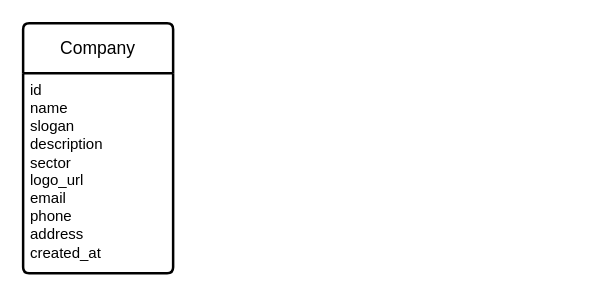
Above: docs/database/conception/mld/mld.drawio in Ghislain-KIMA/site-web-beobenere (draw.io), before the change. Source tidied: cells renumbered, new cells numbered last; positions are measured from the earlier drawing's top-left corner, leaving out a move shared by most shapes. Both pictures are drawn from the tidied source at 125%, with x=0, y=0 at pixel (22, 22).
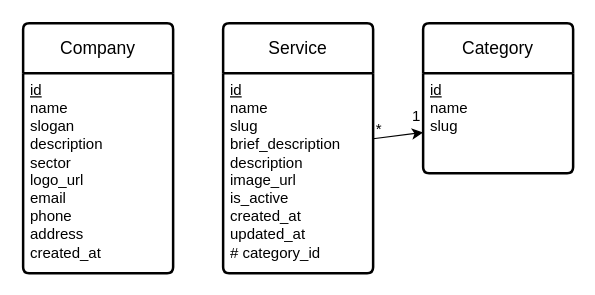
Above is the later version.

The edit, as a diff of the source:
```diff
@@
 <mxGraphModel>
   <root>
     <mxCell id="0" />
     <mxCell id="1" parent="0" />
     <mxCell id="2" value="Company" style="swimlane;horizontal=1;startSize=40;rounded=1;fontSize=14;fontStyle=0;strokeWidth=2;shadow=0;dashed=0;align=center;arcSize=4;whiteSpace=wrap;html=1;swimlaneFillColor=default;" parent="1" vertex="1">
       <mxGeometry width="120" height="200" as="geometry" />
     </mxCell>
-    <mxCell id="3" value="&lt;div&gt;id&lt;/div&gt;name&lt;div&gt;slogan&lt;/div&gt;&lt;div&gt;description&lt;/div&gt;&lt;div&gt;sector&lt;/div&gt;&lt;div&gt;logo_url&lt;/div&gt;&lt;div&gt;email&lt;/div&gt;&lt;div&gt;phone&lt;/div&gt;&lt;div&gt;address&lt;/div&gt;&lt;div&gt;created_at&lt;/div&gt;" style="align=left;strokeColor=none;fillColor=none;spacingLeft=4;spacingRight=4;fontSize=12;verticalAlign=top;html=1;whiteSpace=wrap;swimlaneFillColor=default;" parent="2" vertex="1">
+    <mxCell id="3" value="&lt;div&gt;&lt;u&gt;id&lt;/u&gt;&lt;/div&gt;name&lt;div&gt;slogan&lt;/div&gt;&lt;div&gt;description&lt;/div&gt;&lt;div&gt;sector&lt;/div&gt;&lt;div&gt;logo_url&lt;/div&gt;&lt;div&gt;email&lt;/div&gt;&lt;div&gt;phone&lt;/div&gt;&lt;div&gt;address&lt;/div&gt;&lt;div&gt;created_at&lt;/div&gt;" style="align=left;strokeColor=none;fillColor=none;spacingLeft=4;spacingRight=4;fontSize=12;verticalAlign=top;html=1;whiteSpace=wrap;swimlaneFillColor=default;" parent="2" vertex="1">
       <mxGeometry y="40" width="120" height="160" as="geometry" />
     </mxCell>
+    <mxCell id="4" style="rounded=0;jettySize=auto;html=1;" parent="1" edge="1" source="5" target="8">
+      <mxGeometry relative="1" as="geometry" />
+    </mxCell>
+    <mxCell id="5" value="Service" style="swimlane;horizontal=1;startSize=40;rounded=1;fontSize=14;fontStyle=0;strokeWidth=2;shadow=0;dashed=0;align=center;arcSize=4;whiteSpace=wrap;html=1;swimlaneFillColor=default;" parent="1" vertex="1">
+      <mxGeometry x="160" width="120" height="200" as="geometry" />
+    </mxCell>
+    <mxCell id="6" value="&lt;div&gt;&lt;u&gt;id&lt;/u&gt;&lt;/div&gt;name&lt;div&gt;slug&lt;/div&gt;&lt;div&gt;brief_description&lt;/div&gt;&lt;div&gt;description&lt;/div&gt;&lt;div&gt;image_url&lt;/div&gt;&lt;div&gt;is_active&lt;/div&gt;&lt;div&gt;created_at&lt;/div&gt;&lt;div&gt;updated_at&lt;/div&gt;&lt;div&gt;# category_id&lt;/div&gt;" style="align=left;strokeColor=none;fillColor=none;spacingLeft=4;spacingRight=4;fontSize=12;verticalAlign=top;html=1;whiteSpace=wrap;swimlaneFillColor=default;" parent="5" vertex="1">
+      <mxGeometry y="40" width="120" height="160" as="geometry" />
+    </mxCell>
+    <mxCell id="7" value="Category" style="swimlane;horizontal=1;startSize=40;rounded=1;fontSize=14;fontStyle=0;strokeWidth=2;shadow=0;dashed=0;align=center;arcSize=4;whiteSpace=wrap;html=1;swimlaneFillColor=default;" parent="1" vertex="1">
+      <mxGeometry x="320" width="120" height="120" as="geometry" />
+    </mxCell>
+    <mxCell id="8" value="&lt;div&gt;&lt;u&gt;id&lt;/u&gt;&lt;/div&gt;name&lt;div&gt;slug&lt;/div&gt;" style="align=left;strokeColor=none;fillColor=none;spacingLeft=4;spacingRight=4;fontSize=12;verticalAlign=top;html=1;whiteSpace=wrap;swimlaneFillColor=default;" parent="7" vertex="1">
+      <mxGeometry y="40" width="120" height="80" as="geometry" />
+    </mxCell>
+    <mxCell id="9" value="1" style="text;html=1;whiteSpace=wrap;strokeColor=none;fillColor=none;align=center;verticalAlign=middle;rounded=0;" parent="1" vertex="1">
+      <mxGeometry x="310" y="70" width="10" height="10" as="geometry" />
+    </mxCell>
+    <mxCell id="10" value="*" style="text;html=1;whiteSpace=wrap;strokeColor=none;fillColor=none;align=center;verticalAlign=middle;rounded=0;" parent="1" vertex="1">
+      <mxGeometry x="280" y="80" width="10" height="10" as="geometry" />
+    </mxCell>
   </root>
 </mxGraphModel>
```
